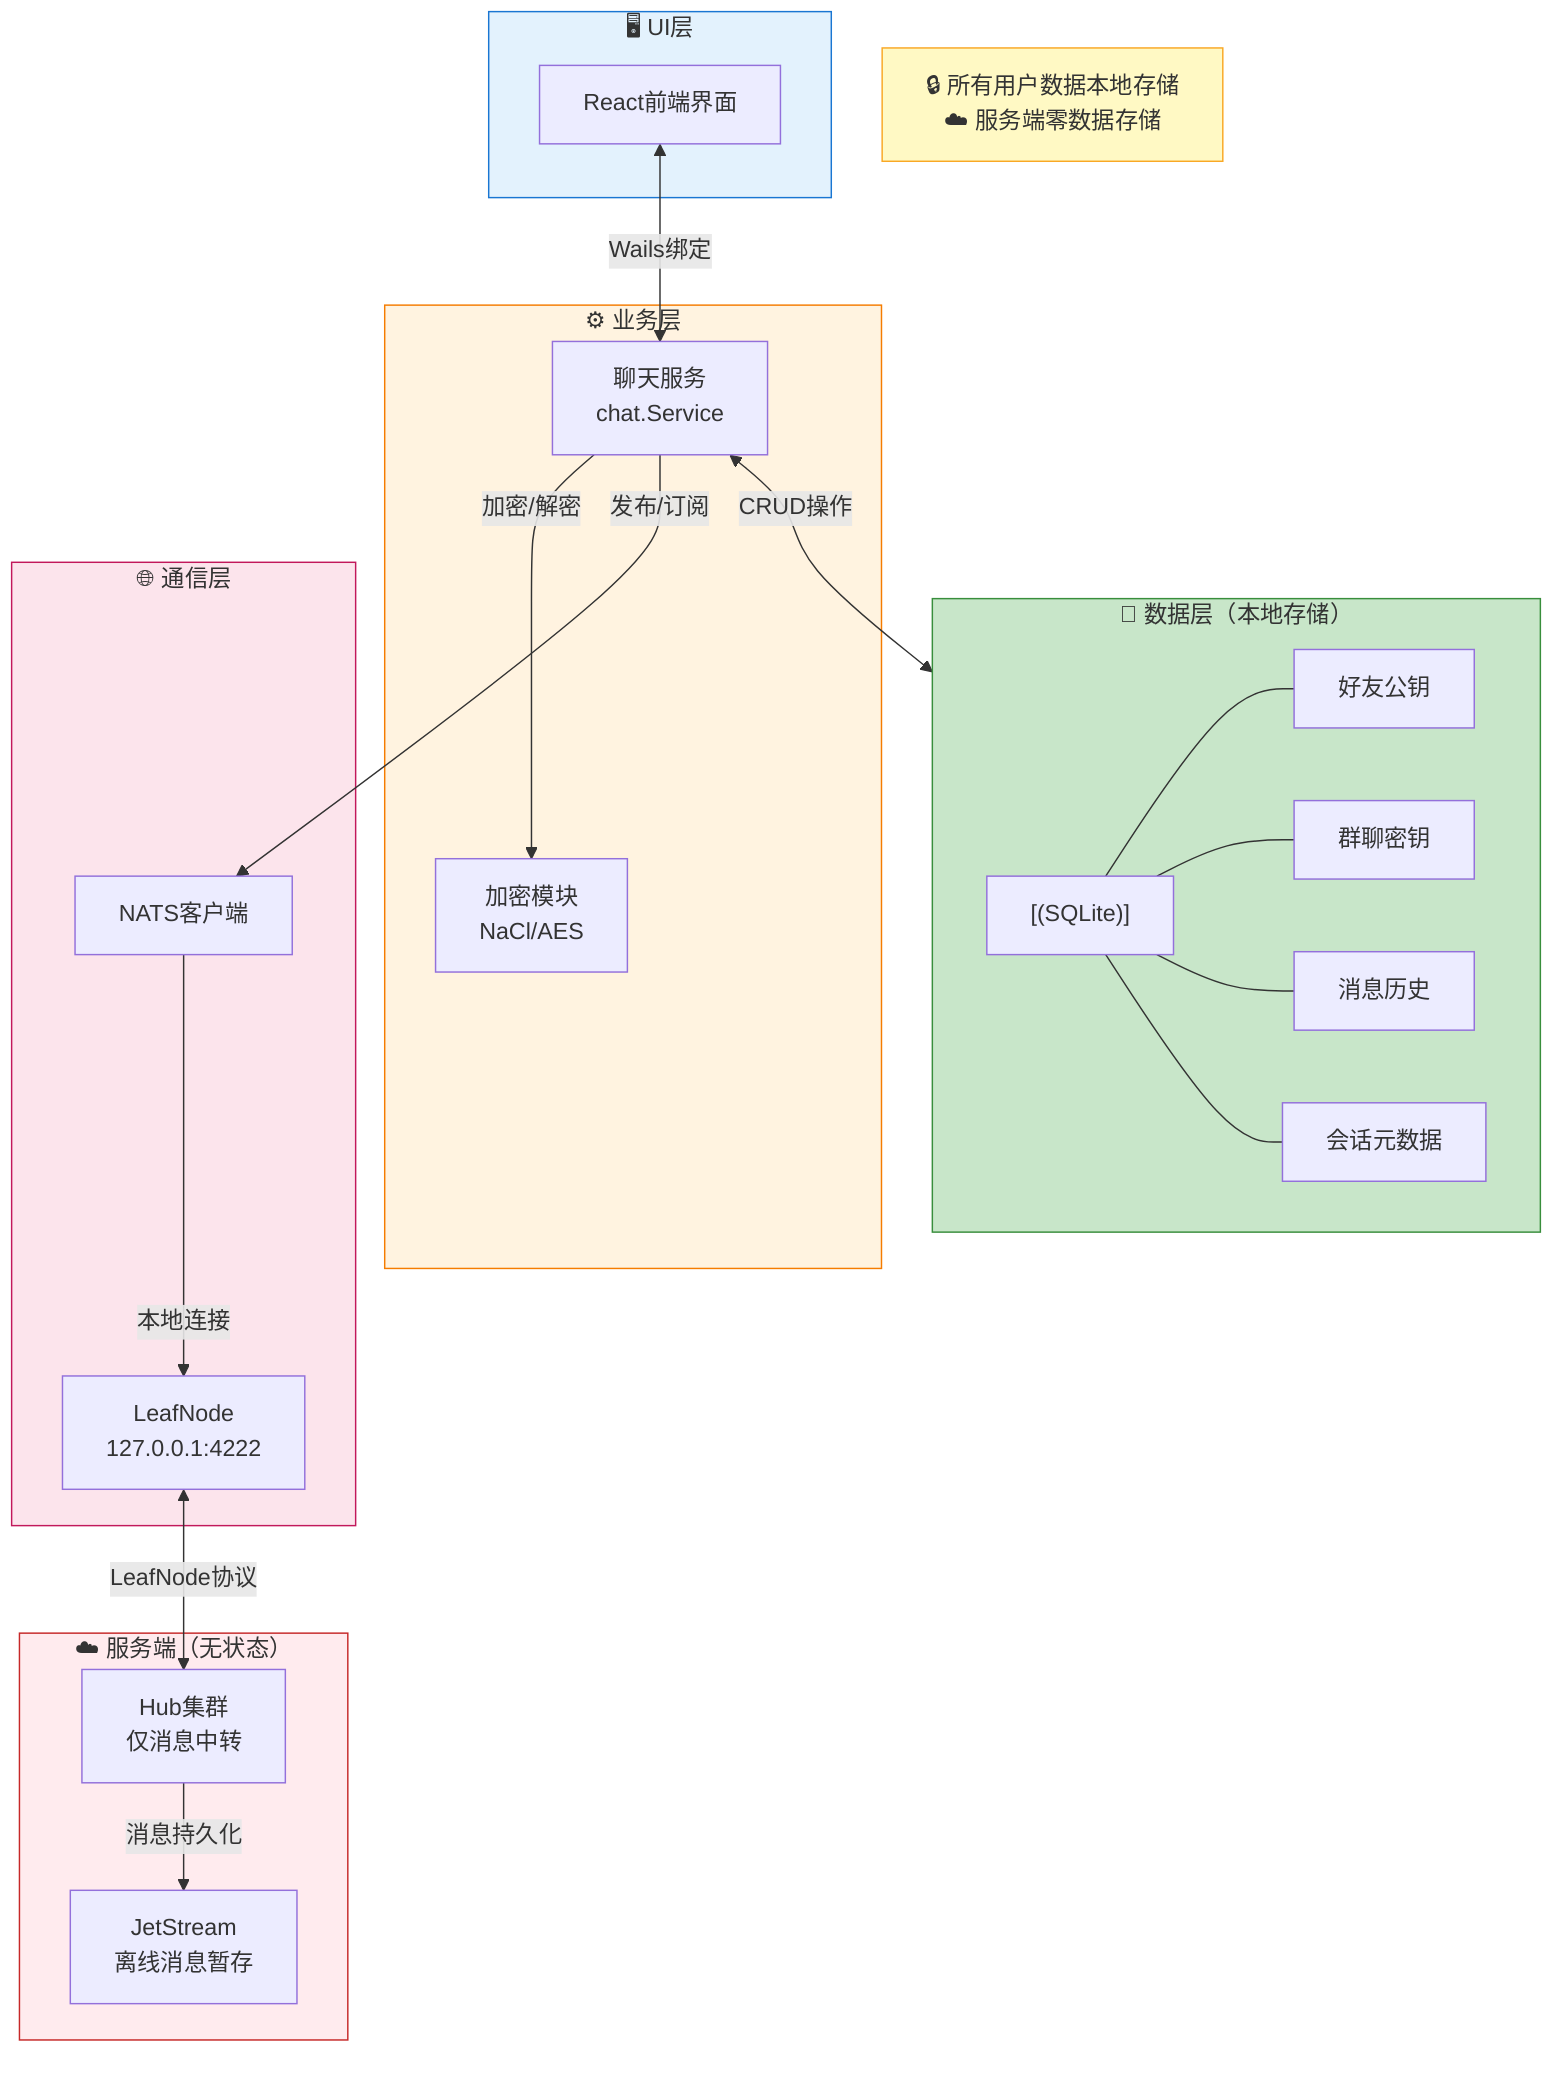
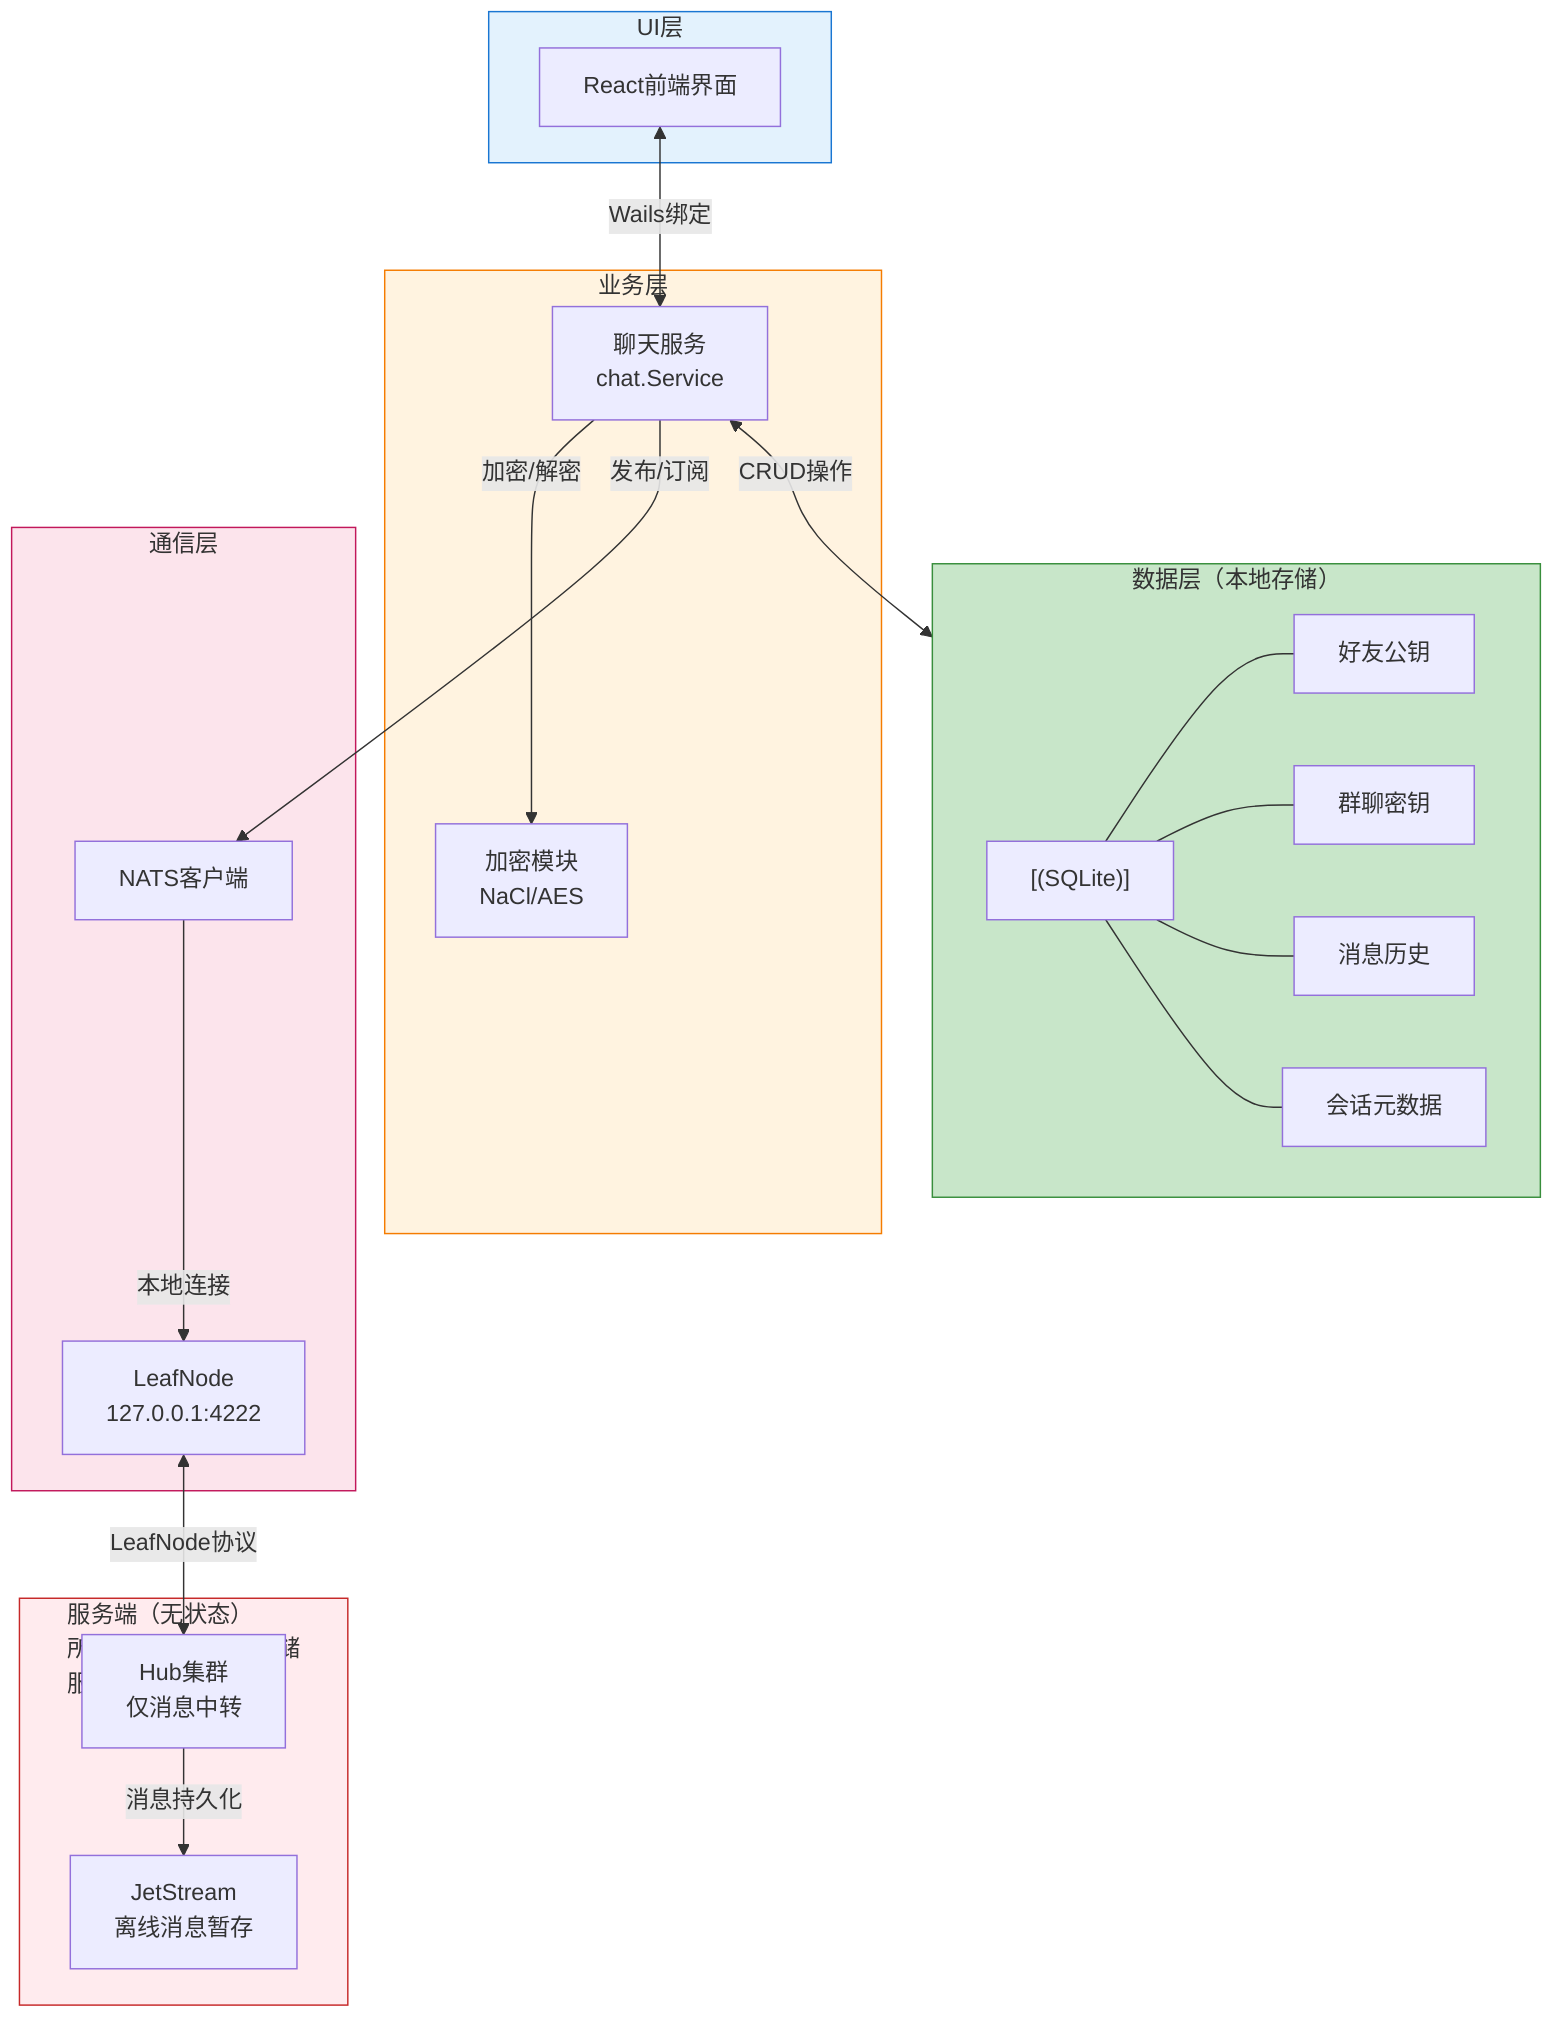
%% 图6 系统总体架构图 - 纵向层级布局
- flowchart TB
-     subgraph UI层["🖥️ UI层"]
+ graph TB
+     subgraph UI层["UI层"]
        U1["React前端界面"]
    end

-     subgraph 业务层["⚙️ 业务层"]
+     subgraph 业务层["业务层"]
        B1["聊天服务<br/>chat.Service"]
        B2["加密模块<br/>NaCl/AES"]
    end

-     subgraph 通信层["🌐 通信层"]
+     subgraph 通信层["通信层"]
        C1["NATS客户端"]
        C2["LeafNode<br/>127.0.0.1:4222"]
    end

-     subgraph 数据层["💾 数据层（本地存储）"]
+     subgraph 数据层["数据层（本地存储）"]
        direction LR
        D1["[(SQLite)]"]
        D2["好友公钥"]
        D3["群聊密钥"]
        D4["消息历史"]
        D5["会话元数据"]
    end

-     subgraph 服务端["☁️ 服务端（无状态）"]
+     subgraph 服务端["服务端（无状态）<br/>所有用户数据本地存储<br/>服务端零数据存储"]
        S1["Hub集群<br/>仅消息中转"]
        S2["JetStream<br/>离线消息暂存"]
    end

    %% 纵向连接
    U1 <-->|"Wails绑定"| B1
    B1 -->|"加密/解密"| B2
    B1 -->|"发布/订阅"| C1
    B1 <-->|"CRUD操作"| D1
    C1 -->|"本地连接"| C2
    C2 <-->|"LeafNode协议"| S1
    S1 -->|"消息持久化"| S2

    %% 数据层内部连接
    D1 --- D2
    D1 --- D3
    D1 --- D4
    D1 --- D5

-     %% 关键说明
-     Note["🔒 所有用户数据本地存储<br/>☁️ 服务端零数据存储"]
- 
    style UI层 fill:#e3f2fd,stroke:#1976d2
    style 业务层 fill:#fff3e0,stroke:#f57c00
    style 通信层 fill:#fce4ec,stroke:#c2185b
    style 数据层 fill:#c8e6c9,stroke:#388e3c
    style 服务端 fill:#ffebee,stroke:#c62828
-     style Note fill:#fff9c4,stroke:#f9a825
